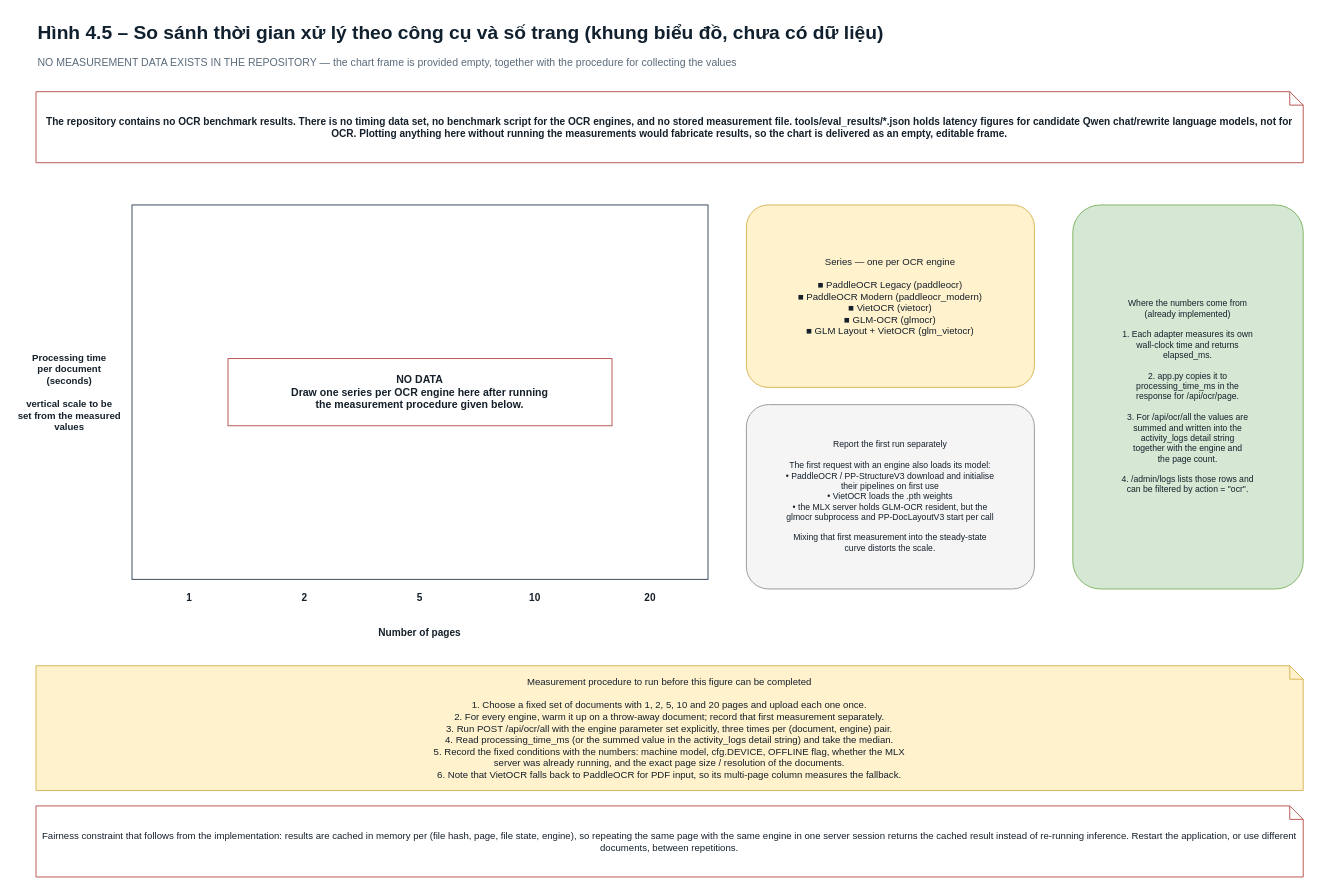
imtoiteu/OCRandCorrectionVn keeps this draw.io diagram as report_figures/chapter4/fig_4_5_processing_time_template.drawio. Above is the earlier version. Source tidied: cells renumbered, new cells numbered last; positions are measured from the earlier drawing's top-left corner, leaving out a move shared by most shapes. Both pictures are drawn from the tidied source at 96%, with x=0, y=0 at pixel (16, 16).
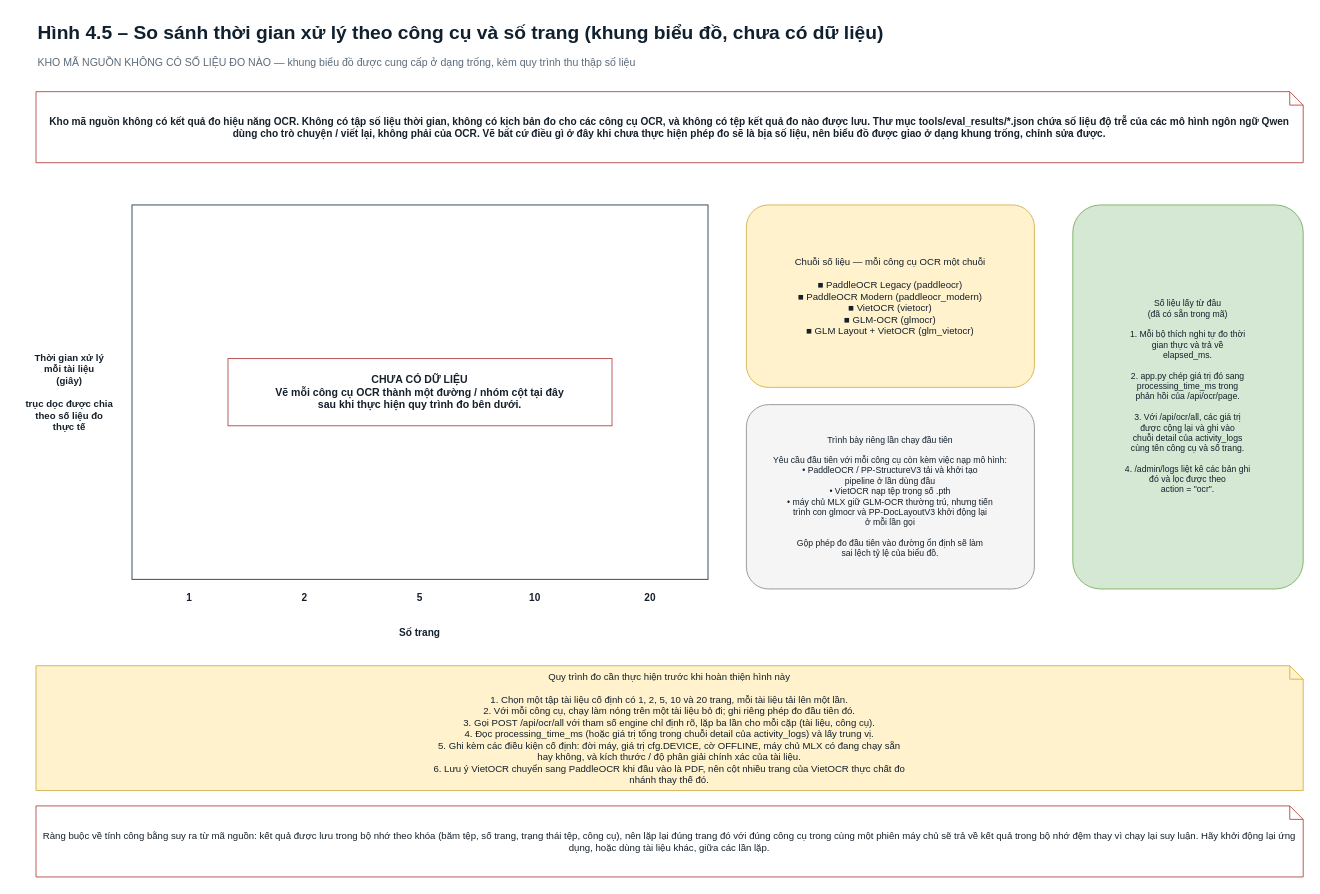
The same page after the edit.

Diff of the diagram source:
```diff
@@
 <mxGraphModel>
   <root>
     <mxCell id="0" />
     <mxCell id="1" parent="0" />
     <mxCell id="2" value="Hình 4.5 – So sánh thời gian xử lý theo công cụ và số trang  (khung biểu đồ, chưa có dữ liệu)" style="text;html=1;fontSize=20;fontStyle=1;verticalAlign=middle;align=left;fontColor=#10202E;" parent="1" vertex="1">
       <mxGeometry x="20" width="1320" height="32" as="geometry" />
     </mxCell>
-    <mxCell id="3" value="NO MEASUREMENT DATA EXISTS IN THE REPOSITORY — the chart frame is provided empty, together with the procedure for collecting the values" style="text;html=1;fontSize=11;verticalAlign=middle;align=left;fontColor=#5A6B7B;" parent="1" vertex="1">
+    <mxCell id="3" value="KHO MÃ NGUỒN KHÔNG CÓ SỐ LIỆU ĐO NÀO — khung biểu đồ được cung cấp ở dạng trống, kèm quy trình thu thập số liệu" style="text;html=1;fontSize=11;verticalAlign=middle;align=left;fontColor=#5A6B7B;" parent="1" vertex="1">
       <mxGeometry x="20" y="38" width="1320" height="20" as="geometry" />
     </mxCell>
-    <mxCell id="4" value="The repository contains no OCR benchmark results. There is no timing data set, no benchmark script for the OCR engines, and no stored measurement file. tools/eval_results/*.json holds latency figures for candidate Qwen chat/rewrite language models, not for OCR. Plotting anything here without running the measurements would fabricate results, so the chart is delivered as an empty, editable frame." style="shape=note;size=14;whiteSpace=wrap;html=1;fontSize=10.5;fillColor=#FFFFFF;strokeColor=#B85450;fontColor=#15202B;fontStyle=1;" parent="1" vertex="1">
+    <mxCell id="4" value="Kho mã nguồn không có kết quả đo hiệu năng OCR. Không có tập số liệu thời gian, không có kịch bản đo cho các công cụ OCR, và không có tệp kết quả đo nào được lưu. Thư mục tools/eval_results/*.json chứa số liệu độ trễ của các mô hình ngôn ngữ Qwen dùng cho trò chuyện / viết lại, không phải của OCR. Vẽ bất cứ điều gì ở đây khi chưa thực hiện phép đo sẽ là bịa số liệu, nên biểu đồ được giao ở dạng khung trống, chỉnh sửa được." style="shape=note;size=14;whiteSpace=wrap;html=1;fontSize=10.5;fillColor=#FFFFFF;strokeColor=#B85450;fontColor=#15202B;fontStyle=1;" parent="1" vertex="1">
       <mxGeometry x="20" y="78" width="1320" height="74" as="geometry" />
     </mxCell>
     <mxCell id="5" style="rounded=0;whiteSpace=wrap;html=1;fontSize=12.5;fillColor=#FFFFFF;strokeColor=#33475B;fontColor=#15202B;" parent="1" vertex="1">
       <mxGeometry x="120" y="196" width="600" height="390" as="geometry" />
     </mxCell>
-    <mxCell id="6" value="NO DATA&lt;br&gt;Draw one series per OCR engine here after running&lt;br&gt;the measurement procedure given below." style="rounded=0;whiteSpace=wrap;html=1;fontSize=11;fillColor=#FFFFFF;strokeColor=#B85450;fontColor=#15202B;fontStyle=1;" parent="1" vertex="1">
+    <mxCell id="6" value="CHƯA CÓ DỮ LIỆU&lt;br&gt;Vẽ mỗi công cụ OCR thành một đường / nhóm cột tại đây&lt;br&gt;sau khi thực hiện quy trình đo bên dưới." style="rounded=0;whiteSpace=wrap;html=1;fontSize=11;fillColor=#FFFFFF;strokeColor=#B85450;fontColor=#15202B;fontStyle=1;" parent="1" vertex="1">
       <mxGeometry x="220" y="356" width="400" height="70" as="geometry" />
     </mxCell>
-    <mxCell id="7" value="Processing time&lt;br&gt;per document&lt;br&gt;(seconds)&lt;br&gt;&lt;br&gt;vertical scale to be&lt;br&gt;set from the measured&lt;br&gt;values" style="rounded=0;whiteSpace=wrap;html=1;fontSize=10;fillColor=#FFFFFF;strokeColor=#FFFFFF;fontColor=#15202B;fontStyle=1;" parent="1" vertex="1">
+    <mxCell id="7" value="Thời gian xử lý&lt;br&gt;mỗi tài liệu&lt;br&gt;(giây)&lt;br&gt;&lt;br&gt;trục dọc được chia&lt;br&gt;theo số liệu đo&lt;br&gt;thực tế" style="rounded=0;whiteSpace=wrap;html=1;fontSize=10;fillColor=#FFFFFF;strokeColor=#FFFFFF;fontColor=#15202B;fontStyle=1;" parent="1" vertex="1">
       <mxGeometry y="286" width="110" height="210" as="geometry" />
     </mxCell>
     <mxCell id="8" value="1" style="rounded=0;whiteSpace=wrap;html=1;fontSize=10.5;fillColor=#FFFFFF;strokeColor=#FFFFFF;fontColor=#15202B;fontStyle=1;" parent="1" vertex="1">
       <mxGeometry x="130" y="592" width="100" height="26" as="geometry" />
     </mxCell>
     <mxCell id="9" value="2" style="rounded=0;whiteSpace=wrap;html=1;fontSize=10.5;fillColor=#FFFFFF;strokeColor=#FFFFFF;fontColor=#15202B;fontStyle=1;" parent="1" vertex="1">
       <mxGeometry x="250" y="592" width="100" height="26" as="geometry" />
     </mxCell>
     <mxCell id="10" value="5" style="rounded=0;whiteSpace=wrap;html=1;fontSize=10.5;fillColor=#FFFFFF;strokeColor=#FFFFFF;fontColor=#15202B;fontStyle=1;" parent="1" vertex="1">
       <mxGeometry x="370" y="592" width="100" height="26" as="geometry" />
     </mxCell>
     <mxCell id="11" value="10" style="rounded=0;whiteSpace=wrap;html=1;fontSize=10.5;fillColor=#FFFFFF;strokeColor=#FFFFFF;fontColor=#15202B;fontStyle=1;" parent="1" vertex="1">
       <mxGeometry x="490" y="592" width="100" height="26" as="geometry" />
     </mxCell>
     <mxCell id="12" value="20" style="rounded=0;whiteSpace=wrap;html=1;fontSize=10.5;fillColor=#FFFFFF;strokeColor=#FFFFFF;fontColor=#15202B;fontStyle=1;" parent="1" vertex="1">
       <mxGeometry x="610" y="592" width="100" height="26" as="geometry" />
     </mxCell>
-    <mxCell id="13" value="Number of pages" style="rounded=0;whiteSpace=wrap;html=1;fontSize=10.5;fillColor=#FFFFFF;strokeColor=#FFFFFF;fontColor=#15202B;fontStyle=1;" parent="1" vertex="1">
+    <mxCell id="13" value="Số trang" style="rounded=0;whiteSpace=wrap;html=1;fontSize=10.5;fillColor=#FFFFFF;strokeColor=#FFFFFF;fontColor=#15202B;fontStyle=1;" parent="1" vertex="1">
       <mxGeometry x="320" y="626" width="200" height="30" as="geometry" />
     </mxCell>
-    <mxCell id="14" value="Series — one per OCR engine&lt;br&gt;&lt;br&gt;■  PaddleOCR Legacy      (paddleocr)&lt;br&gt;■  PaddleOCR Modern    (paddleocr_modern)&lt;br&gt;■  VietOCR                        (vietocr)&lt;br&gt;■  GLM-OCR                     (glmocr)&lt;br&gt;■  GLM Layout + VietOCR (glm_vietocr)" style="rounded=1;arcSize=12;whiteSpace=wrap;html=1;fontSize=10;fillColor=#FFF2CC;strokeColor=#D6B656;fontColor=#15202B;" parent="1" vertex="1">
+    <mxCell id="14" value="Chuỗi số liệu — mỗi công cụ OCR một chuỗi&lt;br&gt;&lt;br&gt;■  PaddleOCR Legacy      (paddleocr)&lt;br&gt;■  PaddleOCR Modern    (paddleocr_modern)&lt;br&gt;■  VietOCR                        (vietocr)&lt;br&gt;■  GLM-OCR                     (glmocr)&lt;br&gt;■  GLM Layout + VietOCR (glm_vietocr)" style="rounded=1;arcSize=12;whiteSpace=wrap;html=1;fontSize=10;fillColor=#FFF2CC;strokeColor=#D6B656;fontColor=#15202B;" parent="1" vertex="1">
       <mxGeometry x="760" y="196" width="300" height="190" as="geometry" />
     </mxCell>
-    <mxCell id="15" value="Report the first run separately&lt;br&gt;&lt;br&gt;The first request with an engine also loads its model:&lt;br&gt;• PaddleOCR / PP-StructureV3 download and initialise&lt;br&gt;  their pipelines on first use&lt;br&gt;• VietOCR loads the .pth weights&lt;br&gt;• the MLX server holds GLM-OCR resident, but the&lt;br&gt;  glmocr subprocess and PP-DocLayoutV3 start per call&lt;br&gt;&lt;br&gt;Mixing that first measurement into the steady-state&lt;br&gt;curve distorts the scale." style="rounded=1;arcSize=12;whiteSpace=wrap;html=1;fontSize=9;fillColor=#F5F5F5;strokeColor=#999999;fontColor=#15202B;" parent="1" vertex="1">
+    <mxCell id="15" value="Trình bày riêng lần chạy đầu tiên&lt;br&gt;&lt;br&gt;Yêu cầu đầu tiên với mỗi công cụ còn kèm việc nạp mô hình:&lt;br&gt;• PaddleOCR / PP-StructureV3 tải và khởi tạo&lt;br&gt;  pipeline ở lần dùng đầu&lt;br&gt;• VietOCR nạp tệp trọng số .pth&lt;br&gt;• máy chủ MLX giữ GLM-OCR thường trú, nhưng tiến&lt;br&gt;  trình con glmocr và PP-DocLayoutV3 khởi động lại&lt;br&gt;  ở mỗi lần gọi&lt;br&gt;&lt;br&gt;Gộp phép đo đầu tiên vào đường ổn định sẽ làm&lt;br&gt;sai lệch tỷ lệ của biểu đồ." style="rounded=1;arcSize=12;whiteSpace=wrap;html=1;fontSize=9;fillColor=#F5F5F5;strokeColor=#999999;fontColor=#15202B;" parent="1" vertex="1">
       <mxGeometry x="760" y="404" width="300" height="192" as="geometry" />
     </mxCell>
-    <mxCell id="16" value="Where the numbers come from&lt;br&gt;(already implemented)&lt;br&gt;&lt;br&gt;1. Each adapter measures its own&lt;br&gt;    wall-clock time and returns&lt;br&gt;    elapsed_ms.&lt;br&gt;&lt;br&gt;2. app.py copies it to&lt;br&gt;    processing_time_ms in the&lt;br&gt;    response for /api/ocr/page.&lt;br&gt;&lt;br&gt;3. For /api/ocr/all the values are&lt;br&gt;    summed and written into the&lt;br&gt;    activity_logs detail string&lt;br&gt;    together with the engine and&lt;br&gt;    the page count.&lt;br&gt;&lt;br&gt;4. /admin/logs lists those rows and&lt;br&gt;    can be filtered by action = &quot;ocr&quot;." style="rounded=1;arcSize=12;whiteSpace=wrap;html=1;fontSize=9;fillColor=#D5E8D4;strokeColor=#82B366;fontColor=#15202B;" parent="1" vertex="1">
+    <mxCell id="16" value="Số liệu lấy từ đâu&lt;br&gt;(đã có sẵn trong mã)&lt;br&gt;&lt;br&gt;1. Mỗi bộ thích nghi tự đo thời&lt;br&gt;    gian thực và trả về&lt;br&gt;    elapsed_ms.&lt;br&gt;&lt;br&gt;2. app.py chép giá trị đó sang&lt;br&gt;    processing_time_ms trong&lt;br&gt;    phản hồi của /api/ocr/page.&lt;br&gt;&lt;br&gt;3. Với /api/ocr/all, các giá trị&lt;br&gt;    được cộng lại và ghi vào&lt;br&gt;    chuỗi detail của activity_logs&lt;br&gt;    cùng tên công cụ và số trang.&lt;br&gt;&lt;br&gt;4. /admin/logs liệt kê các bản ghi&lt;br&gt;    đó và lọc được theo&lt;br&gt;    action = &quot;ocr&quot;." style="rounded=1;arcSize=12;whiteSpace=wrap;html=1;fontSize=9;fillColor=#D5E8D4;strokeColor=#82B366;fontColor=#15202B;" parent="1" vertex="1">
       <mxGeometry x="1100" y="196" width="240" height="400" as="geometry" />
     </mxCell>
-    <mxCell id="17" value="Measurement procedure to run before this figure can be completed&lt;br&gt;&lt;br&gt;1.  Choose a fixed set of documents with 1, 2, 5, 10 and 20 pages and upload each one once.&lt;br&gt;2.  For every engine, warm it up on a throw-away document; record that first measurement separately.&lt;br&gt;3.  Run POST /api/ocr/all with the engine parameter set explicitly, three times per (document, engine) pair.&lt;br&gt;4.  Read processing_time_ms (or the summed value in the activity_logs detail string) and take the median.&lt;br&gt;5.  Record the fixed conditions with the numbers: machine model, cfg.DEVICE, OFFLINE flag, whether the MLX&lt;br&gt;     server was already running, and the exact page size / resolution of the documents.&lt;br&gt;6.  Note that VietOCR falls back to PaddleOCR for PDF input, so its multi-page column measures the fallback." style="shape=note;size=14;whiteSpace=wrap;html=1;fontSize=10;fillColor=#FFF2CC;strokeColor=#D6B656;fontColor=#15202B;" parent="1" vertex="1">
+    <mxCell id="17" value="Quy trình đo cần thực hiện trước khi hoàn thiện hình này&lt;br&gt;&lt;br&gt;1.  Chọn một tập tài liệu cố định có 1, 2, 5, 10 và 20 trang, mỗi tài liệu tải lên một lần.&lt;br&gt;2.  Với mỗi công cụ, chạy làm nóng trên một tài liệu bỏ đi; ghi riêng phép đo đầu tiên đó.&lt;br&gt;3.  Gọi POST /api/ocr/all với tham số engine chỉ định rõ, lặp ba lần cho mỗi cặp (tài liệu, công cụ).&lt;br&gt;4.  Đọc processing_time_ms (hoặc giá trị tổng trong chuỗi detail của activity_logs) và lấy trung vị.&lt;br&gt;5.  Ghi kèm các điều kiện cố định: đời máy, giá trị cfg.DEVICE, cờ OFFLINE, máy chủ MLX có đang chạy sẵn&lt;br&gt;     hay không, và kích thước / độ phân giải chính xác của tài liệu.&lt;br&gt;6.  Lưu ý VietOCR chuyển sang PaddleOCR khi đầu vào là PDF, nên cột nhiều trang của VietOCR thực chất đo&lt;br&gt;     nhánh thay thế đó." style="shape=note;size=14;whiteSpace=wrap;html=1;fontSize=10;fillColor=#FFF2CC;strokeColor=#D6B656;fontColor=#15202B;" parent="1" vertex="1">
       <mxGeometry x="20" y="676" width="1320" height="130" as="geometry" />
     </mxCell>
-    <mxCell id="18" value="Fairness constraint that follows from the implementation: results are cached in memory per (file hash, page, file state, engine), so repeating the same page with the same engine in one server session returns the cached result instead of re-running inference. Restart the application, or use different documents, between repetitions." style="shape=note;size=14;whiteSpace=wrap;html=1;fontSize=10;fillColor=#FFFFFF;strokeColor=#B85450;fontColor=#15202B;" parent="1" vertex="1">
+    <mxCell id="18" value="Ràng buộc về tính công bằng suy ra từ mã nguồn: kết quả được lưu trong bộ nhớ theo khóa (băm tệp, số trang, trạng thái tệp, công cụ), nên lặp lại đúng trang đó với đúng công cụ trong cùng một phiên máy chủ sẽ trả về kết quả trong bộ nhớ đệm thay vì chạy lại suy luận. Hãy khởi động lại ứng dụng, hoặc dùng tài liệu khác, giữa các lần lặp." style="shape=note;size=14;whiteSpace=wrap;html=1;fontSize=10;fillColor=#FFFFFF;strokeColor=#B85450;fontColor=#15202B;" parent="1" vertex="1">
       <mxGeometry x="20" y="822" width="1320" height="74" as="geometry" />
     </mxCell>
   </root>
 </mxGraphModel>
```
